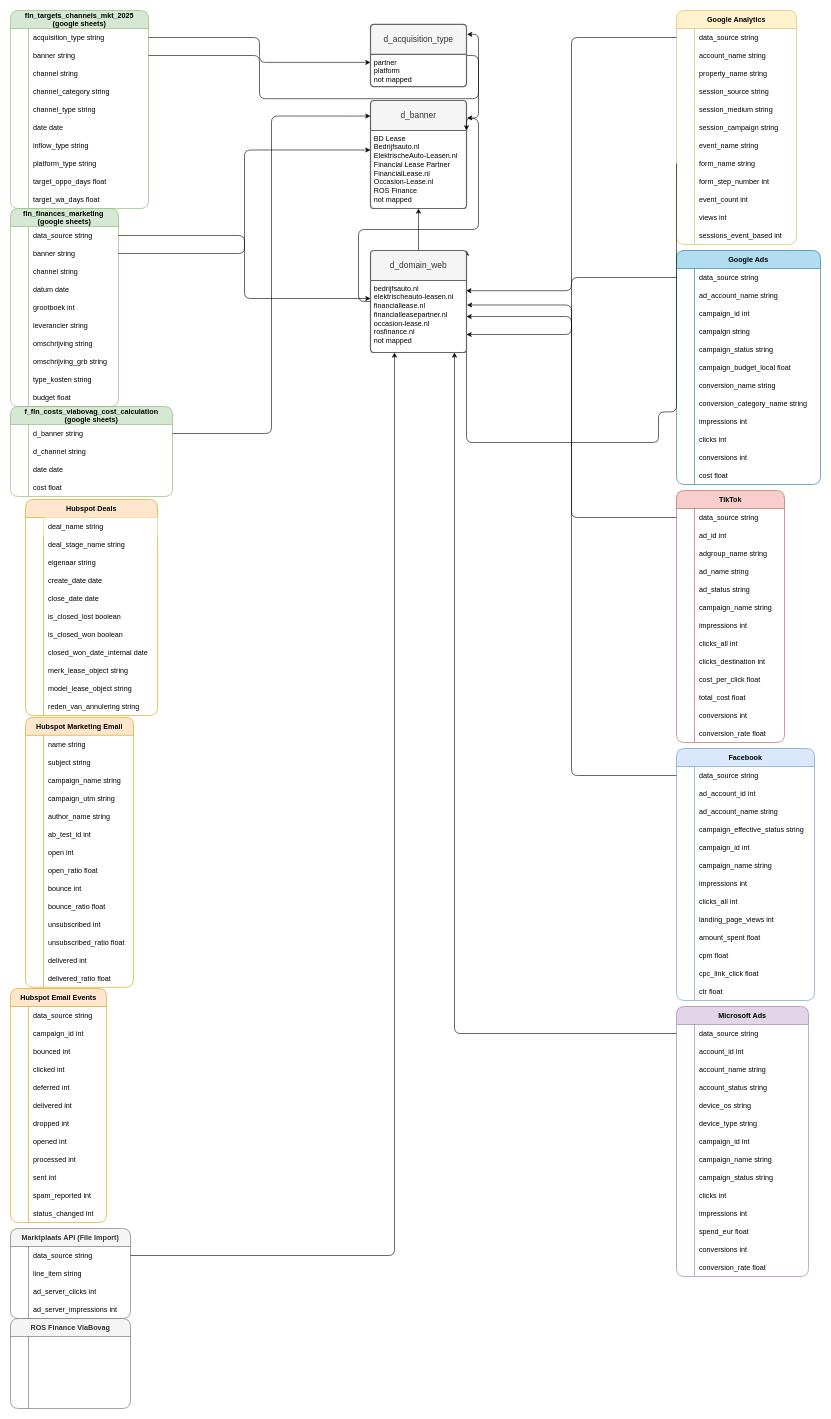
YveTDS/Draw_io keeps this draw.io diagram as funnel_mapping.drawio. Above is the earlier version. Source tidied: cells renumbered, new cells numbered last; positions are measured from the earlier drawing's top-left corner, leaving out a move shared by most shapes. Both pictures are drawn from the tidied source at 60%, with x=0, y=0 at pixel (10, 10).
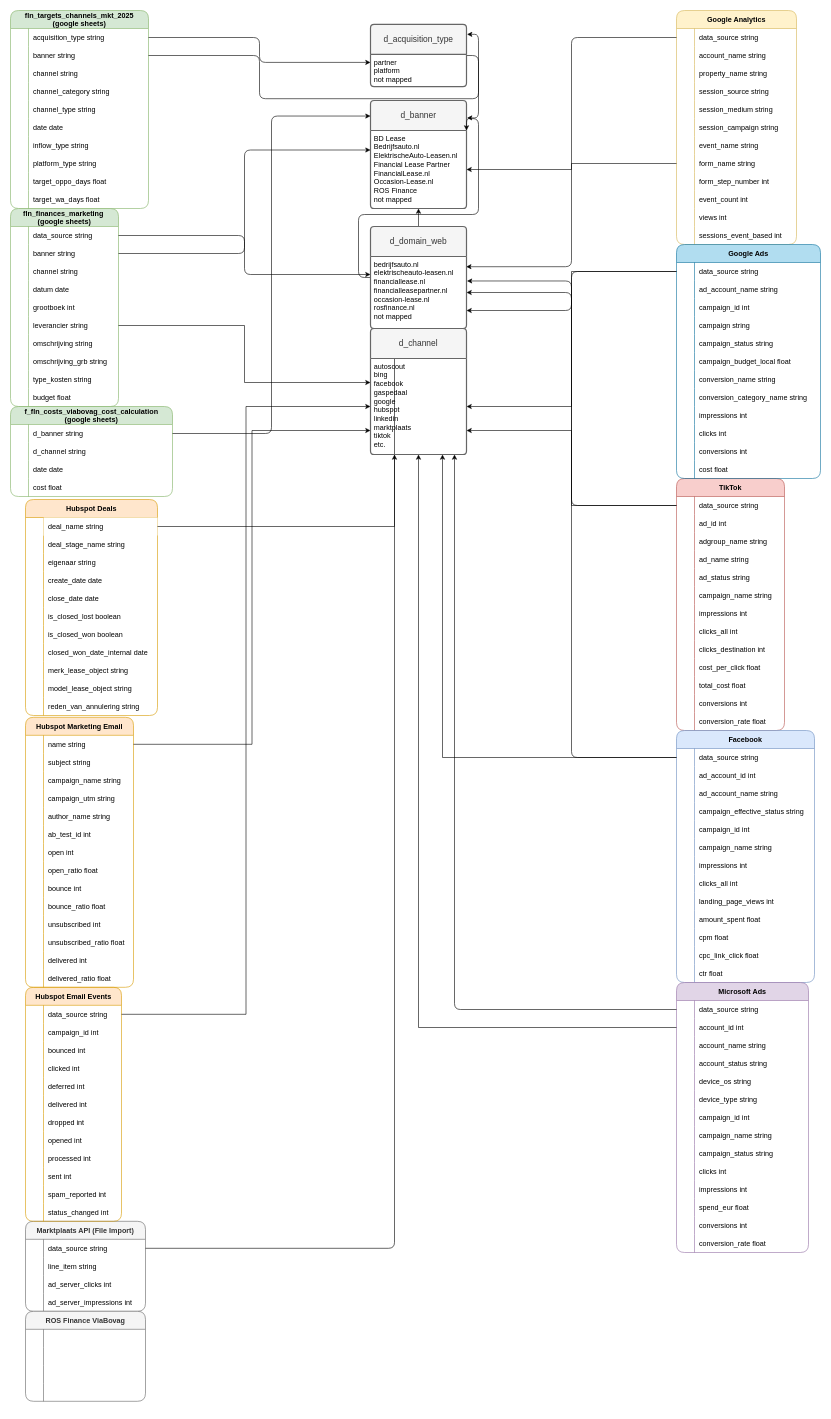
After the change.

The change refers to these unchanged cells:
```xml
<mxCell id="18" style="shape=tableRow;horizontal=0;startSize=0;swimlaneHead=0;swimlaneBody=0;fillColor=none;points=[[0,0.5],[1,0.5]];portConstraint=eastwest;strokeColor=inherit;top=0;left=0;right=0;bottom=0;rounded=1;" parent="2" vertex="1">
  <mxGeometry y="180" width="180" height="30" as="geometry" />
</mxCell>
<mxCell id="79" value="BD Lease&lt;div&gt;Bedrijfsauto.nl&lt;/div&gt;&lt;div&gt;ElektrischeAuto-Leasen.nl&lt;/div&gt;&lt;div&gt;Financial Lease Partner&lt;/div&gt;&lt;div&gt;FinancialLease.nl&lt;/div&gt;&lt;div&gt;Occasion-Lease.nl&lt;/div&gt;&lt;div&gt;ROS Finance&amp;nbsp;&lt;/div&gt;&lt;div&gt;not mapped&lt;/div&gt;" style="align=left;strokeColor=none;fillColor=none;spacingLeft=4;spacingRight=4;fontSize=12;verticalAlign=top;html=1;whiteSpace=wrap;rounded=1;" parent="78" vertex="1">
  <mxGeometry y="50" width="160" height="130" as="geometry" />
</mxCell>
<mxCell id="105" style="shape=tableRow;horizontal=0;startSize=0;swimlaneHead=0;swimlaneBody=0;fillColor=none;points=[[0,0.5],[1,0.5]];portConstraint=eastwest;strokeColor=inherit;top=0;left=0;right=0;bottom=0;rounded=1;" parent="83" vertex="1">
  <mxGeometry y="240" width="200" height="30" as="geometry" />
</mxCell>
<mxCell id="125" style="shape=tableRow;horizontal=0;startSize=0;swimlaneHead=0;swimlaneBody=0;fillColor=none;points=[[0,0.5],[1,0.5]];portConstraint=eastwest;strokeColor=inherit;top=0;left=0;right=0;bottom=0;rounded=1;" parent="124" vertex="1">
  <mxGeometry y="30" width="180" height="30" as="geometry" />
</mxCell>
<mxCell id="166" style="shape=tableRow;horizontal=0;startSize=0;swimlaneHead=0;swimlaneBody=0;fillColor=none;points=[[0,0.5],[1,0.5]];portConstraint=eastwest;strokeColor=inherit;top=0;left=0;right=0;bottom=0;rounded=1;" parent="165" vertex="1">
  <mxGeometry y="30" width="230" height="30" as="geometry" />
</mxCell>
<mxCell id="207" style="shape=tableRow;horizontal=0;startSize=0;swimlaneHead=0;swimlaneBody=0;fillColor=none;points=[[0,0.5],[1,0.5]];portConstraint=eastwest;strokeColor=inherit;top=0;left=0;right=0;bottom=0;rounded=1;" parent="206" vertex="1">
  <mxGeometry y="30" width="240" height="30" as="geometry" />
</mxCell>
<mxCell id="245" style="shape=tableRow;horizontal=0;startSize=0;swimlaneHead=0;swimlaneBody=0;fillColor=none;points=[[0,0.5],[1,0.5]];portConstraint=eastwest;strokeColor=inherit;top=0;left=0;right=0;bottom=0;rounded=1;" parent="244" vertex="1">
  <mxGeometry y="30" width="220" height="30" as="geometry" />
</mxCell>
<mxCell id="248" style="shape=tableRow;horizontal=0;startSize=0;swimlaneHead=0;swimlaneBody=0;fillColor=none;points=[[0,0.5],[1,0.5]];portConstraint=eastwest;strokeColor=inherit;top=0;left=0;right=0;bottom=0;rounded=1;" parent="244" vertex="1">
  <mxGeometry y="60" width="220" height="30" as="geometry" />
</mxCell>
<mxCell id="303" style="shape=tableRow;horizontal=0;startSize=0;swimlaneHead=0;swimlaneBody=0;fillColor=none;points=[[0,0.5],[1,0.5]];portConstraint=eastwest;strokeColor=inherit;top=0;left=0;right=0;bottom=0;rounded=1;" parent="302" vertex="1">
  <mxGeometry y="30" width="220" height="30" as="geometry" />
</mxCell>
<mxCell id="337" style="shape=tableRow;horizontal=0;startSize=0;swimlaneHead=0;swimlaneBody=0;fillColor=none;points=[[0,0.5],[1,0.5]];portConstraint=eastwest;strokeColor=inherit;top=0;left=0;right=0;bottom=0;rounded=1;" parent="336" vertex="1">
  <mxGeometry y="30" width="160" height="30" as="geometry" />
</mxCell>
<mxCell id="374" style="shape=tableRow;horizontal=0;startSize=0;swimlaneHead=0;swimlaneBody=0;fillColor=none;points=[[0,0.5],[1,0.5]];portConstraint=eastwest;strokeColor=inherit;top=0;left=0;right=0;bottom=0;rounded=1;" parent="373" vertex="1">
  <mxGeometry y="30" width="180" height="30" as="geometry" />
</mxCell>
<mxCell id="421" value="bedrijfsauto.nl&lt;div&gt;elektrischeauto-leasen.nl&lt;/div&gt;&lt;div&gt;financiallease.nl&lt;/div&gt;&lt;div&gt;financialleasepartner.nl&lt;/div&gt;&lt;div&gt;occasion-lease.nl&lt;/div&gt;&lt;div&gt;rosfinance.nl&lt;/div&gt;&lt;div&gt;not mapped&lt;/div&gt;" style="align=left;strokeColor=none;fillColor=none;spacingLeft=4;spacingRight=4;fontSize=12;verticalAlign=top;html=1;whiteSpace=wrap;rounded=1;" parent="420" vertex="1">
  <mxGeometry y="50" width="160" height="120" as="geometry" />
</mxCell>
```

Change to the diagram source:
```diff
@@
     <mxCell id="124" value="TikTok" style="shape=table;startSize=30;childLayout=tableLayout;rowLines=0;fontStyle=1;align=center;fillColor=#f8cecc;strokeColor=#b85450;rounded=1;" parent="1" vertex="1">
-      <mxGeometry x="1110" y="800" width="180" height="420" as="geometry" />
+      <mxGeometry x="1110" y="780" width="180" height="420" as="geometry" />
     </mxCell>
@@
     <mxCell id="165" value="Facebook" style="shape=table;startSize=30;childLayout=tableLayout;rowLines=0;fontStyle=1;align=center;fillColor=#dae8fc;strokeColor=#6c8ebf;rounded=1;" parent="1" vertex="1">
-      <mxGeometry x="1110" y="1230" width="230" height="420" as="geometry" />
+      <mxGeometry x="1110" y="1200" width="230" height="420" as="geometry" />
     </mxCell>
@@
     <mxCell id="206" value="Google Ads" style="shape=table;startSize=30;childLayout=tableLayout;rowLines=0;fontStyle=1;align=center;fillColor=#b1ddf0;strokeColor=#10739e;rounded=1;" parent="1" vertex="1">
-      <mxGeometry x="1110" y="400" width="240" height="390" as="geometry" />
+      <mxGeometry x="1110" y="390" width="240" height="390" as="geometry" />
     </mxCell>
@@
     <mxCell id="244" value="Microsoft Ads" style="shape=table;startSize=30;childLayout=tableLayout;rowLines=0;fontStyle=1;align=center;fillColor=#e1d5e7;strokeColor=#9673a6;rounded=1;" parent="1" vertex="1">
-      <mxGeometry x="1110" y="1660" width="220" height="450" as="geometry" />
+      <mxGeometry x="1110" y="1620" width="220" height="450" as="geometry" />
     </mxCell>
@@
-    <mxCell id="287" style="edgeStyle=orthogonalEdgeStyle;rounded=1;jettySize=auto;html=1;exitX=0;exitY=0.5;exitDx=0;exitDy=0;entryX=0.875;entryY=1;entryDx=0;entryDy=0;entryPerimeter=0;" parent="1" edge="1" source="245" target="421">
-      <mxGeometry relative="1" as="geometry" />
-    </mxCell>
     <mxCell id="288" value="Marktplaats API (File Import)" style="shape=table;startSize=30;childLayout=tableLayout;rowLines=0;fontStyle=1;align=center;fillColor=#f5f5f5;fontColor=#333333;strokeColor=#666666;rounded=1;" parent="1" vertex="1">
-      <mxGeometry y="2030" width="200" height="150" as="geometry" />
+      <mxGeometry x="25" y="2018" width="200" height="150" as="geometry" />
     </mxCell>
@@
     <mxCell id="336" value="Hubspot Email Events" style="shape=table;startSize=30;childLayout=tableLayout;rowLines=0;fontStyle=1;align=center;fillColor=#ffe6cc;strokeColor=#d79b00;rounded=1;" parent="1" vertex="1">
-      <mxGeometry y="1630" width="160" height="390" as="geometry" />
+      <mxGeometry x="25" y="1628" width="160" height="390" as="geometry" />
     </mxCell>
@@
-    <mxCell id="419" style="edgeStyle=orthogonalEdgeStyle;rounded=1;jettySize=auto;html=1;exitX=0;exitY=0.5;exitDx=0;exitDy=0;entryX=1;entryY=0;entryDx=0;entryDy=0;" parent="1" edge="1" source="105" target="420">
-      <mxGeometry relative="1" as="geometry">
-        <Array as="points">
-          <mxPoint x="1080" y="669" />
-          <mxPoint x="1080" y="720" />
-        </Array>
-      </mxGeometry>
-    </mxCell>
     <mxCell id="420" value="d_domain_web" style="swimlane;horizontal=1;startSize=50;rounded=1;fontSize=14;fontStyle=0;strokeWidth=2;shadow=0;dashed=0;align=center;arcSize=4;whiteSpace=wrap;html=1;fillColor=#f5f5f5;fontColor=#333333;strokeColor=#666666;" parent="1" vertex="1">
-      <mxGeometry x="600" y="400" width="160" height="170" as="geometry" />
+      <mxGeometry x="600" y="360" width="160" height="170" as="geometry" />
     </mxCell>
@@
     <mxCell id="423" value="ROS Finance ViaBovag" style="shape=table;startSize=30;childLayout=tableLayout;rowLines=0;fontStyle=1;align=center;fillColor=#f5f5f5;fontColor=#333333;strokeColor=#666666;rounded=1;" parent="1" vertex="1">
-      <mxGeometry y="2180" width="200" height="150" as="geometry" />
+      <mxGeometry x="25" y="2168" width="200" height="150" as="geometry" />
     </mxCell>
@@
+    <mxCell id="436" style="edgeStyle=orthogonalEdgeStyle;rounded=0;jettySize=auto;html=1;exitX=0;exitY=0.5;exitDx=0;exitDy=0;entryX=1;entryY=0.5;entryDx=0;entryDy=0;" parent="1" edge="1" source="105" target="79">
+      <mxGeometry relative="1" as="geometry" />
+    </mxCell>
+    <mxCell id="437" style="edgeStyle=orthogonalEdgeStyle;rounded=0;jettySize=auto;html=1;exitX=0;exitY=0.5;exitDx=0;exitDy=0;entryX=1;entryY=0.5;entryDx=0;entryDy=0;" parent="1" edge="1" source="207" target="446">
+      <mxGeometry relative="1" as="geometry" />
+    </mxCell>
+    <mxCell id="438" style="edgeStyle=orthogonalEdgeStyle;rounded=0;jettySize=auto;html=1;exitX=0;exitY=0.5;exitDx=0;exitDy=0;entryX=1;entryY=0.75;entryDx=0;entryDy=0;" parent="1" edge="1" source="125" target="446">
+      <mxGeometry relative="1" as="geometry" />
+    </mxCell>
+    <mxCell id="439" style="edgeStyle=orthogonalEdgeStyle;rounded=0;jettySize=auto;html=1;exitX=0;exitY=0.5;exitDx=0;exitDy=0;entryX=0.75;entryY=1;entryDx=0;entryDy=0;" parent="1" edge="1" source="166" target="446">
+      <mxGeometry relative="1" as="geometry" />
+    </mxCell>
+    <mxCell id="440" style="edgeStyle=orthogonalEdgeStyle;rounded=0;jettySize=auto;html=1;exitX=0;exitY=0.5;exitDx=0;exitDy=0;entryX=0.5;entryY=1;entryDx=0;entryDy=0;" parent="1" edge="1" source="248" target="446">
+      <mxGeometry relative="1" as="geometry" />
+    </mxCell>
+    <mxCell id="441" style="edgeStyle=orthogonalEdgeStyle;rounded=0;jettySize=auto;html=1;exitX=1;exitY=0.5;exitDx=0;exitDy=0;entryX=0.25;entryY=1;entryDx=0;entryDy=0;" parent="1" edge="1" source="303" target="446">
+      <mxGeometry relative="1" as="geometry" />
+    </mxCell>
+    <mxCell id="442" style="edgeStyle=orthogonalEdgeStyle;rounded=0;jettySize=auto;html=1;exitX=1;exitY=0.5;exitDx=0;exitDy=0;entryX=0;entryY=0.75;entryDx=0;entryDy=0;" parent="1" edge="1" source="374" target="446">
+      <mxGeometry relative="1" as="geometry" />
+    </mxCell>
+    <mxCell id="443" style="edgeStyle=orthogonalEdgeStyle;rounded=0;jettySize=auto;html=1;entryX=0;entryY=0.5;entryDx=0;entryDy=0;" parent="1" edge="1" source="337" target="446">
+      <mxGeometry relative="1" as="geometry" />
+    </mxCell>
+    <mxCell id="444" style="edgeStyle=orthogonalEdgeStyle;rounded=1;jettySize=auto;html=1;exitX=0;exitY=0.5;exitDx=0;exitDy=0;entryX=0.875;entryY=1;entryDx=0;entryDy=0;entryPerimeter=0;" parent="1" edge="1" source="245" target="445">
+      <mxGeometry relative="1" as="geometry" />
+    </mxCell>
+    <mxCell id="445" value="d_channel" style="swimlane;horizontal=1;startSize=50;rounded=1;fontSize=14;fontStyle=0;strokeWidth=2;shadow=0;dashed=0;align=center;arcSize=4;whiteSpace=wrap;html=1;fillColor=#f5f5f5;fontColor=#333333;strokeColor=#666666;" parent="1" vertex="1">
+      <mxGeometry x="600" y="530" width="160" height="210" as="geometry" />
+    </mxCell>
+    <mxCell id="446" value="autoscout&lt;div&gt;bing&lt;/div&gt;&lt;div&gt;facebook&lt;/div&gt;&lt;div&gt;gaspedaal&lt;/div&gt;&lt;div&gt;google&lt;/div&gt;&lt;div&gt;hubspot&lt;/div&gt;&lt;div&gt;linkedin&lt;/div&gt;&lt;div&gt;marktplaats&lt;/div&gt;&lt;div&gt;tiktok&lt;/div&gt;&lt;div&gt;etc.&lt;/div&gt;" style="align=left;strokeColor=none;fillColor=none;spacingLeft=4;spacingRight=4;fontSize=12;verticalAlign=top;html=1;whiteSpace=wrap;rounded=1;" parent="445" vertex="1">
+      <mxGeometry y="50" width="160" height="160" as="geometry" />
+    </mxCell>
+    <mxCell id="447" style="edgeStyle=orthogonalEdgeStyle;rounded=1;orthogonalLoop=1;jettySize=auto;html=1;exitX=0.5;exitY=1;exitDx=0;exitDy=0;" parent="445" edge="1" source="446" target="446">
+      <mxGeometry relative="1" as="geometry" />
+    </mxCell>
+    <mxCell id="448" style="edgeStyle=orthogonalEdgeStyle;rounded=0;jettySize=auto;html=1;exitX=1;exitY=0.5;exitDx=0;exitDy=0;entryX=0;entryY=0.25;entryDx=0;entryDy=0;" parent="1" edge="1" source="18" target="446">
+      <mxGeometry relative="1" as="geometry" />
+    </mxCell>
```
